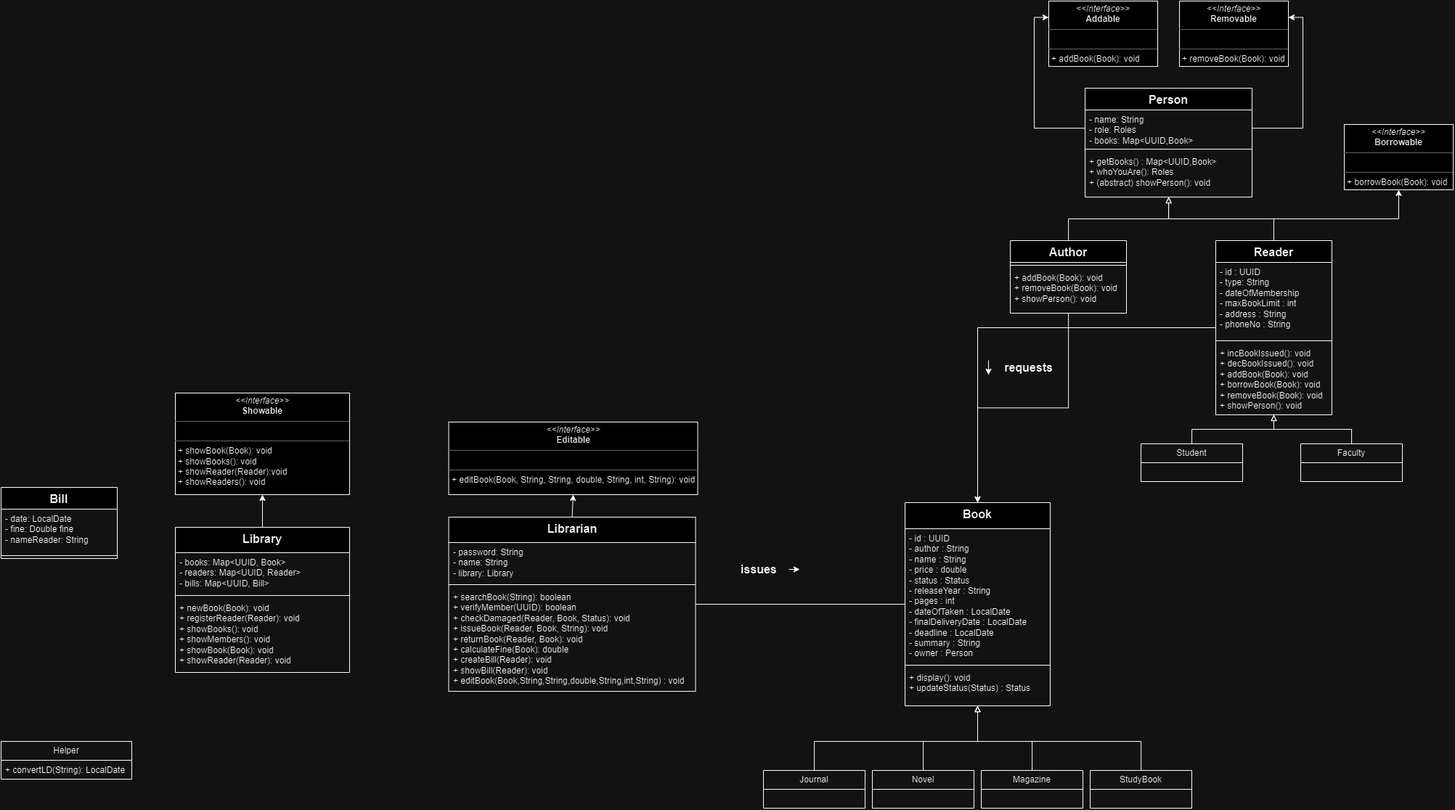
Above: S15Challange.png in malidegirmenci/Java-s15-Challenge (draw.io), before the change. Source tidied: cells renumbered, new cells last; positions are measured from the earlier drawing's top-left corner, leaving out a move shared by most shapes.
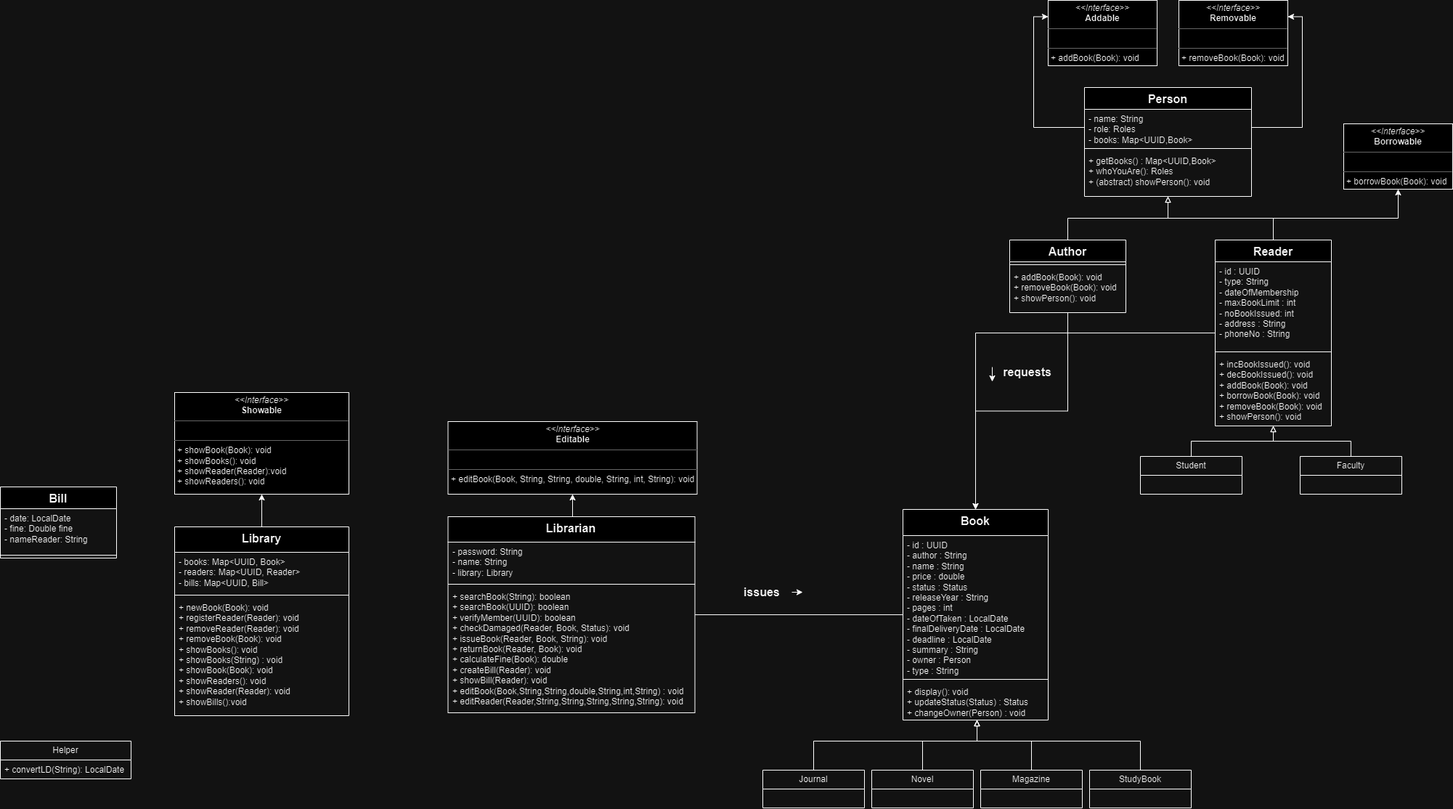
After the commit.

Commit message:
bug fixed, changed UML diagram and project finished

The edit, as a diff of the source:
```diff
@@ -3,16 +3,16 @@
     <mxCell id="0" />
     <mxCell id="1" parent="0" />
     <mxCell id="2" value="&lt;font style=&quot;font-size: 16px;&quot;&gt;Book&lt;/font&gt;" style="swimlane;fontStyle=1;align=center;verticalAlign=top;horizontal=1;startSize=36;whiteSpace=wrap;html=1;" parent="1" vertex="1">
-      <mxGeometry x="1245" y="691" width="200" height="280" as="geometry" />
+      <mxGeometry x="1243" y="701" width="200" height="290" as="geometry" />
     </mxCell>
-    <mxCell id="3" value="- id : UUID&lt;br&gt;- author : String&lt;br&gt;- name : String&lt;br&gt;- price : double&lt;br&gt;- status : Status&lt;br&gt;- releaseYear : String&lt;br&gt;- pages : int&lt;br&gt;- dateOfTaken : LocalDate&lt;br&gt;- finalDeliveryDate : LocalDate&lt;br&gt;- deadline : LocalDate&lt;br&gt;- summary : String&lt;br&gt;- owner : Person" style="text;strokeColor=none;fillColor=none;align=left;verticalAlign=top;spacingLeft=4;spacingRight=4;overflow=hidden;whiteSpace=wrap;html=1;" parent="2" vertex="1">
-      <mxGeometry y="36" width="200" height="184" as="geometry" />
+    <mxCell id="3" value="- id : UUID&lt;br&gt;- author : String&lt;br&gt;- name : String&lt;br&gt;- price : double&lt;br&gt;- status : Status&lt;br&gt;- releaseYear : String&lt;br&gt;- pages : int&lt;br&gt;- dateOfTaken : LocalDate&lt;br&gt;- finalDeliveryDate : LocalDate&lt;br&gt;- deadline : LocalDate&lt;br&gt;- summary : String&lt;br&gt;- owner : Person&lt;br&gt;- type : String" style="text;strokeColor=none;fillColor=none;align=left;verticalAlign=top;spacingLeft=4;spacingRight=4;overflow=hidden;whiteSpace=wrap;html=1;" parent="2" vertex="1">
+      <mxGeometry y="36" width="200" height="194" as="geometry" />
     </mxCell>
     <mxCell id="4" style="line;strokeWidth=1;fillColor=none;align=left;verticalAlign=middle;spacingTop=-1;spacingLeft=3;spacingRight=3;labelPosition=right;strokeColor=inherit;" parent="2" vertex="1">
-      <mxGeometry y="220" width="200" height="8" as="geometry" />
+      <mxGeometry y="230" width="200" height="8" as="geometry" />
     </mxCell>
-    <mxCell id="5" value="+ display(): void&lt;br&gt;+ updateStatus(Status) : Status" style="text;strokeColor=none;fillColor=none;align=left;verticalAlign=top;spacingLeft=4;spacingRight=4;overflow=hidden;whiteSpace=wrap;html=1;" parent="2" vertex="1">
-      <mxGeometry y="228" width="200" height="52" as="geometry" />
+    <mxCell id="5" value="+ display(): void&lt;br&gt;+ updateStatus(Status) : Status&lt;br&gt;+ changeOwner(Person) : void" style="text;strokeColor=none;fillColor=none;align=left;verticalAlign=top;spacingLeft=4;spacingRight=4;overflow=hidden;whiteSpace=wrap;html=1;" parent="2" vertex="1">
+      <mxGeometry y="238" width="200" height="52" as="geometry" />
     </mxCell>
     <mxCell id="6" style="edgeStyle=orthogonalEdgeStyle;rounded=0;jettySize=auto;html=1;endArrow=block;endFill=0;" parent="1" edge="1" source="7" target="2">
       <mxGeometry relative="1" as="geometry">
@@ -65,7 +65,7 @@
       <mxGeometry relative="1" as="geometry" />
     </mxCell>
     <mxCell id="16" value="&lt;font style=&quot;font-size: 16px;&quot;&gt;Librarian&lt;/font&gt;" style="swimlane;fontStyle=1;align=center;verticalAlign=top;horizontal=1;startSize=35;whiteSpace=wrap;html=1;" parent="1" vertex="1">
-      <mxGeometry x="616.5" y="711" width="340" height="240" as="geometry" />
+      <mxGeometry x="616.5" y="711" width="340" height="270" as="geometry" />
     </mxCell>
     <mxCell id="17" value="- password: String&lt;br&gt;- name: String&lt;br&gt;- library: Library" style="text;strokeColor=none;fillColor=none;align=left;verticalAlign=top;spacingLeft=4;spacingRight=4;overflow=hidden;whiteSpace=wrap;html=1;" parent="16" vertex="1">
       <mxGeometry y="35" width="340" height="54" as="geometry" />
@@ -73,8 +73,8 @@
     <mxCell id="18" style="line;strokeWidth=1;fillColor=none;align=left;verticalAlign=middle;spacingTop=-1;spacingLeft=3;spacingRight=3;labelPosition=right;strokeColor=inherit;" parent="16" vertex="1">
       <mxGeometry y="89" width="340" height="8" as="geometry" />
     </mxCell>
-    <mxCell id="19" value="+ searchBook(String): boolean&lt;br&gt;+ verifyMember(UUID): boolean&lt;br&gt;+ checkDamaged(Reader, Book, Status): void&lt;br&gt;+ issueBook(Reader, Book, String): void&lt;br&gt;+ returnBook(Reader, Book): void&lt;br&gt;+ calculateFine(Book): double&lt;br&gt;+ createBill(Reader): void&lt;br&gt;+ showBill(Reader): void&lt;br&gt;+ editBook(Book,String,String,double,String,int,String) : void" style="text;strokeColor=none;fillColor=none;align=left;verticalAlign=top;spacingLeft=4;spacingRight=4;overflow=hidden;whiteSpace=wrap;html=1;" parent="16" vertex="1">
-      <mxGeometry y="97" width="340" height="143" as="geometry" />
+    <mxCell id="19" value="+ searchBook(String): boolean&lt;br&gt;+ searchBook(UUID): boolean&lt;br&gt;+ verifyMember(UUID): boolean&lt;br&gt;+ checkDamaged(Reader, Book, Status): void&lt;br&gt;+ issueBook(Reader, Book, String): void&lt;br&gt;+ returnBook(Reader, Book): void&lt;br&gt;+ calculateFine(Book): double&lt;br&gt;+ createBill(Reader): void&lt;br&gt;+ showBill(Reader): void&lt;br&gt;+ editBook(Book,String,String,double,String,int,String) : void&lt;br&gt;+ editReader(Reader,String,String,String,String,String): void" style="text;strokeColor=none;fillColor=none;align=left;verticalAlign=top;spacingLeft=4;spacingRight=4;overflow=hidden;whiteSpace=wrap;html=1;" parent="16" vertex="1">
+      <mxGeometry y="97" width="340" height="173" as="geometry" />
     </mxCell>
     <mxCell id="20" value="&lt;font style=&quot;font-size: 16px;&quot;&gt;Person&lt;/font&gt;" style="swimlane;fontStyle=1;align=center;verticalAlign=top;horizontal=1;startSize=30;whiteSpace=wrap;html=1;" parent="1" vertex="1">
       <mxGeometry x="1493" y="120" width="230" height="150" as="geometry" />
@@ -92,18 +92,18 @@
       <mxGeometry x="616.5" y="580" width="343" height="100" as="geometry" />
     </mxCell>
     <mxCell id="25" value="&lt;font style=&quot;font-size: 16px;&quot;&gt;issues&lt;/font&gt;&amp;nbsp;" style="text;html=1;align=center;verticalAlign=middle;points=[];strokeColor=none;fillColor=none;fontStyle=1;" parent="1" vertex="1">
-      <mxGeometry x="1005" y="768" width="80" height="30" as="geometry" />
+      <mxGeometry x="1010" y="800" width="80" height="30" as="geometry" />
     </mxCell>
     <mxCell id="26" style="endArrow=classic;html=1;rounded=0;" parent="1" edge="1" source="25">
       <mxGeometry relative="1" as="geometry">
-        <mxPoint x="1100" y="783" as="targetPoint" />
+        <mxPoint x="1105" y="815" as="targetPoint" />
       </mxGeometry>
     </mxCell>
     <mxCell id="27" style="edgeStyle=orthogonalEdgeStyle;rounded=0;jettySize=auto;html=1;" parent="1" edge="1" source="28" target="32">
       <mxGeometry relative="1" as="geometry" />
     </mxCell>
     <mxCell id="28" value="&lt;font style=&quot;font-size: 16px;&quot;&gt;Library&lt;/font&gt;" style="swimlane;fontStyle=1;align=center;verticalAlign=top;horizontal=1;startSize=35;whiteSpace=wrap;html=1;" parent="1" vertex="1">
-      <mxGeometry x="240" y="725" width="240" height="200" as="geometry" />
+      <mxGeometry x="240" y="725" width="240" height="260" as="geometry" />
     </mxCell>
     <mxCell id="29" value="- books: Map&amp;lt;UUID, Book&amp;gt;&lt;br&gt;- readers: Map&amp;lt;UUID, Reader&amp;gt;&lt;br&gt;- bills: Map&amp;lt;UUID, Bill&amp;gt;" style="text;strokeColor=none;fillColor=none;align=left;verticalAlign=top;spacingLeft=4;spacingRight=4;overflow=hidden;whiteSpace=wrap;html=1;" parent="28" vertex="1">
       <mxGeometry y="35" width="240" height="55" as="geometry" />
@@ -111,8 +111,8 @@
     <mxCell id="30" style="line;strokeWidth=1;fillColor=none;align=left;verticalAlign=middle;spacingTop=-1;spacingLeft=3;spacingRight=3;labelPosition=right;strokeColor=inherit;" parent="28" vertex="1">
       <mxGeometry y="90" width="240" height="8" as="geometry" />
     </mxCell>
-    <mxCell id="31" value="+ newBook(Book): void&lt;br&gt;+ registerReader(Reader): void&lt;br&gt;+ showBooks(): void&lt;br&gt;+ showMembers(): void&lt;br&gt;+ showBook(Book): void&lt;br&gt;+ showReader(Reader): void" style="text;strokeColor=none;fillColor=none;align=left;verticalAlign=top;spacingLeft=4;spacingRight=4;overflow=hidden;whiteSpace=wrap;html=1;" parent="28" vertex="1">
-      <mxGeometry y="98" width="240" height="102" as="geometry" />
+    <mxCell id="31" value="+ newBook(Book): void&lt;br&gt;+ registerReader(Reader): void&lt;br&gt;+ removeReader(Reader): void&lt;br&gt;+ removeBook(Book): void&lt;br&gt;+ showBooks(): void&lt;br&gt;+ showBooks(String) : void&lt;br&gt;+ showBook(Book): void&lt;br&gt;+ showReaders(): void&lt;br&gt;+ showReader(Reader): void&lt;br&gt;+ showBills():void" style="text;strokeColor=none;fillColor=none;align=left;verticalAlign=top;spacingLeft=4;spacingRight=4;overflow=hidden;whiteSpace=wrap;html=1;" parent="28" vertex="1">
+      <mxGeometry y="98" width="240" height="162" as="geometry" />
     </mxCell>
     <mxCell id="32" value="&lt;p style=&quot;margin:0px;margin-top:4px;text-align:center;&quot;&gt;&lt;i&gt;&amp;lt;&amp;lt;Interface&amp;gt;&amp;gt;&lt;/i&gt;&lt;br&gt;&lt;b&gt;Showable&lt;/b&gt;&lt;/p&gt;&lt;hr size=&quot;1&quot;&gt;&lt;p style=&quot;margin:0px;margin-left:4px;&quot;&gt;&lt;br&gt;&lt;/p&gt;&lt;hr size=&quot;1&quot;&gt;&lt;p style=&quot;margin:0px;margin-left:4px;&quot;&gt;+ showBook(Book): void&lt;br&gt;&lt;/p&gt;&lt;p style=&quot;margin:0px;margin-left:4px;&quot;&gt;+ showBooks(): void&lt;/p&gt;&lt;p style=&quot;margin:0px;margin-left:4px;&quot;&gt;+ showReader(Reader):void&lt;/p&gt;&lt;p style=&quot;margin:0px;margin-left:4px;&quot;&gt;+ showReaders(): void&lt;/p&gt;" style="verticalAlign=top;align=left;overflow=fill;fontSize=12;fontFamily=Helvetica;html=1;whiteSpace=wrap;" parent="1" vertex="1">
       <mxGeometry x="240" y="540" width="240" height="140" as="geometry" />
@@ -168,36 +168,36 @@
       </mxGeometry>
     </mxCell>
     <mxCell id="48" value="&lt;font style=&quot;font-size: 16px;&quot;&gt;Reader&lt;/font&gt;" style="swimlane;fontStyle=1;align=center;verticalAlign=top;horizontal=1;startSize=30;whiteSpace=wrap;html=1;" parent="1" vertex="1">
-      <mxGeometry x="1673" y="330" width="160" height="240" as="geometry" />
+      <mxGeometry x="1673" y="330" width="160" height="256" as="geometry" />
     </mxCell>
-    <mxCell id="49" value="- id : UUID&lt;br&gt;- type: String&lt;br&gt;- dateOfMembership&lt;br&gt;- maxBookLimit : int&lt;br&gt;- address : String&lt;br&gt;- phoneNo : String" style="text;strokeColor=none;fillColor=none;align=left;verticalAlign=top;spacingLeft=4;spacingRight=4;overflow=hidden;whiteSpace=wrap;html=1;" parent="48" vertex="1">
-      <mxGeometry y="30" width="160" height="104" as="geometry" />
+    <mxCell id="49" value="- id : UUID&lt;br&gt;- type: String&lt;br&gt;- dateOfMembership&lt;br&gt;- maxBookLimit : int&lt;br&gt;- noBookIssued: int&lt;br&gt;- address : String&lt;br&gt;- phoneNo : String" style="text;strokeColor=none;fillColor=none;align=left;verticalAlign=top;spacingLeft=4;spacingRight=4;overflow=hidden;whiteSpace=wrap;html=1;" parent="48" vertex="1">
+      <mxGeometry y="30" width="160" height="120" as="geometry" />
     </mxCell>
     <mxCell id="50" style="line;strokeWidth=1;fillColor=none;align=left;verticalAlign=middle;spacingTop=-1;spacingLeft=3;spacingRight=3;labelPosition=right;strokeColor=inherit;" parent="48" vertex="1">
-      <mxGeometry y="134" width="160" height="8" as="geometry" />
+      <mxGeometry y="150" width="160" height="8" as="geometry" />
     </mxCell>
     <mxCell id="51" value="+ incBookIssued(): void&lt;br&gt;+ decBookIssued(): void&lt;br&gt;+ addBook(Book): void&lt;br&gt;+ borrowBook(Book): void&lt;br&gt;+ removeBook(Book): void&lt;br&gt;+ showPerson(): void" style="text;strokeColor=none;fillColor=none;align=left;verticalAlign=top;spacingLeft=4;spacingRight=4;overflow=hidden;whiteSpace=wrap;html=1;" parent="48" vertex="1">
-      <mxGeometry y="142" width="160" height="98" as="geometry" />
+      <mxGeometry y="158" width="160" height="98" as="geometry" />
     </mxCell>
     <mxCell id="52" value="&lt;span style=&quot;font-size: 16px;&quot;&gt;requests&lt;/span&gt;" style="text;html=1;align=center;verticalAlign=middle;strokeColor=none;fillColor=none;fontStyle=1;" parent="1" vertex="1">
-      <mxGeometry x="1370" y="490" width="90" height="30" as="geometry" />
+      <mxGeometry x="1369" y="497" width="90" height="30" as="geometry" />
     </mxCell>
     <mxCell id="53" style="edgeStyle=orthogonalEdgeStyle;rounded=0;jettySize=auto;html=1;endArrow=block;endFill=0;" parent="1" edge="1" source="54" target="48">
       <mxGeometry relative="1" as="geometry" />
     </mxCell>
     <mxCell id="54" value="Student" style="swimlane;fontStyle=0;horizontal=1;startSize=26;fillColor=none;whiteSpace=wrap;html=1;" parent="1" vertex="1">
-      <mxGeometry x="1570" y="610" width="140" height="52" as="geometry" />
+      <mxGeometry x="1570" y="628" width="140" height="52" as="geometry" />
     </mxCell>
     <mxCell id="55" style="edgeStyle=orthogonalEdgeStyle;rounded=0;jettySize=auto;html=1;endArrow=block;endFill=0;" parent="1" edge="1" source="56" target="48">
       <mxGeometry relative="1" as="geometry" />
     </mxCell>
     <mxCell id="56" value="Faculty" style="swimlane;fontStyle=0;horizontal=1;startSize=26;fillColor=none;whiteSpace=wrap;html=1;" parent="1" vertex="1">
-      <mxGeometry x="1790" y="610" width="140" height="52" as="geometry" />
+      <mxGeometry x="1790" y="628" width="140" height="52" as="geometry" />
     </mxCell>
     <mxCell id="57" style="endArrow=classic;html=1;rounded=0;" parent="1" edge="1">
       <mxGeometry relative="1" as="geometry">
-        <mxPoint x="1360" y="495" as="sourcePoint" />
-        <mxPoint x="1360" y="515" as="targetPoint" />
+        <mxPoint x="1366" y="505" as="sourcePoint" />
+        <mxPoint x="1366" y="525" as="targetPoint" />
       </mxGeometry>
     </mxCell>
     <mxCell id="58" style="ellipse;whiteSpace=wrap;html=1;align=center;fillColor=none;strokeColor=none;perimeter=centerPerimeter;" parent="1" vertex="1">
```
